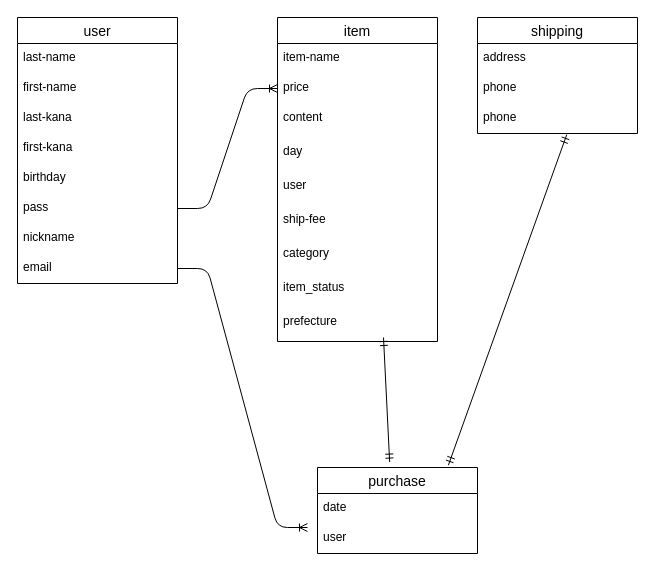
Earlier version of the draw.io diagram er.dio (ericaohashi/furima-37450). Source tidied: cells renumbered, new cells numbered last; positions are measured from the earlier drawing's top-left corner, leaving out a move shared by most shapes. Both pictures are drawn from the tidied source at 100%, with x=0, y=0 at pixel (17, 17).
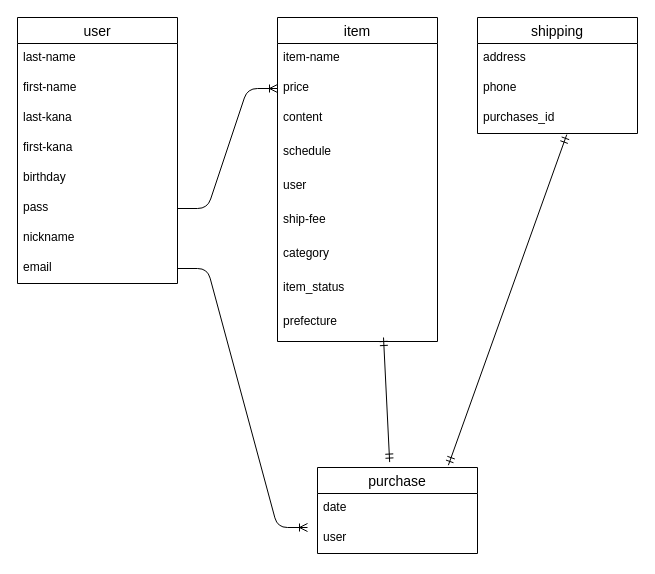
The same page after the edit.

Commit message (it also covers changes not shown here):
データベース設計５

Unchanged cells that the change refers to:
```xml
<mxCell id="11" value="item" style="swimlane;fontStyle=0;horizontal=1;startSize=26;align=center;fontSize=14;" parent="1" vertex="1">
  <mxGeometry x="260" width="160" height="324" as="geometry" />
</mxCell>
<mxCell id="21" value="shipping" style="swimlane;fontStyle=0;horizontal=1;startSize=26;align=center;fontSize=14;" parent="1" vertex="1">
  <mxGeometry x="460" width="160" height="116" as="geometry" />
</mxCell>
```

Change to the diagram source:
```diff
@@
-    <mxCell id="15" value="day" style="text;strokeColor=none;fillColor=none;spacingLeft=4;spacingRight=4;overflow=hidden;fontSize=12;" parent="11" vertex="1">
+    <mxCell id="15" value="schedule" style="text;strokeColor=none;fillColor=none;spacingLeft=4;spacingRight=4;overflow=hidden;fontSize=12;" parent="11" vertex="1">
       <mxGeometry y="120" width="160" height="34" as="geometry" />
     </mxCell>
@@
-    <mxCell id="24" value="phone" style="text;strokeColor=none;fillColor=none;spacingLeft=4;spacingRight=4;overflow=hidden;points=[[0,0.5],[1,0.5]];portConstraint=eastwest;fontSize=12;" parent="21" vertex="1">
+    <mxCell id="24" value="purchases_id" style="text;strokeColor=none;fillColor=none;spacingLeft=4;spacingRight=4;overflow=hidden;points=[[0,0.5],[1,0.5]];portConstraint=eastwest;fontSize=12;" parent="21" vertex="1">
       <mxGeometry y="86" width="160" height="30" as="geometry" />
     </mxCell>
```
